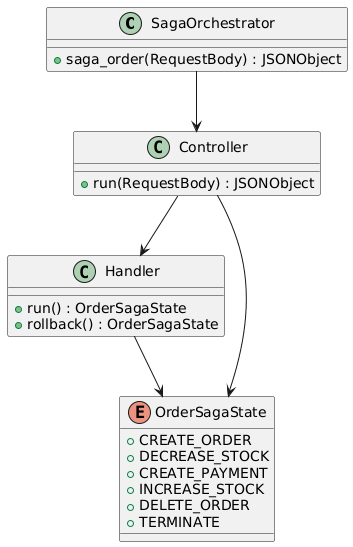
Above: docs/arc42/class.png in guteacher/log430-labo6-saga-orchestrator (PlantUML), before the change.
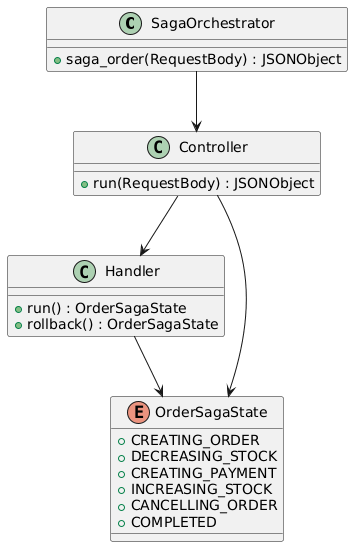
After the change.

Change to the diagram source:
```diff
@@ -13,12 +13,12 @@
     }
 
     enum OrderSagaState {
-        + CREATE_ORDER
-        + DECREASE_STOCK
-        + CREATE_PAYMENT
-        + INCREASE_STOCK
-        + DELETE_ORDER
-        + TERMINATE
+        + CREATING_ORDER
+        + DECREASING_STOCK
+        + CREATING_PAYMENT
+        + INCREASING_STOCK
+        + CANCELLING_ORDER
+        + COMPLETED
     }
 
     SagaOrchestrator --> Controller
```
